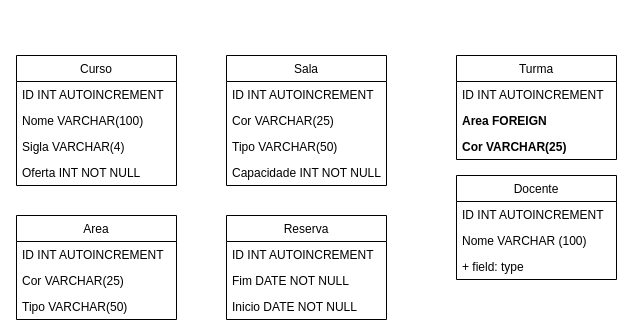
Above: docs/diagrama.drawio in Diogo-MD/projeto_Hackaton (draw.io), before the change. Source tidied: cells renumbered, new cells numbered last; positions are measured from the earlier drawing's top-left corner, leaving out a move shared by most shapes. Both pictures are drawn from the tidied source at 100%, with x=0, y=0 at pixel (16, 55).
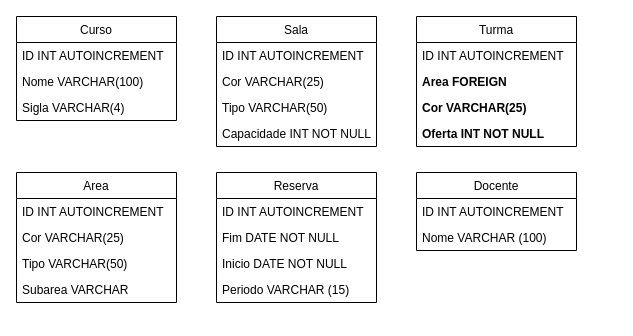
The same diagram, later.

What changed in the source:
```diff
@@
     <mxCell id="2" value="Curso" style="swimlane;fontStyle=0;horizontal=1;startSize=26;fillColor=none;" parent="1" vertex="1">
-      <mxGeometry width="160" height="130" as="geometry" />
+      <mxGeometry y="-39" width="160" height="104" as="geometry" />
     </mxCell>
@@
-    <mxCell id="6" value="Oferta INT NOT NULL" style="text;strokeColor=none;fillColor=none;align=left;verticalAlign=top;spacingLeft=4;spacingRight=4;overflow=hidden;" parent="2" vertex="1">
-      <mxGeometry y="104" width="160" height="26" as="geometry" />
-    </mxCell>
     <mxCell id="7" value="Sala" style="swimlane;fontStyle=0;horizontal=1;startSize=26;fillColor=none;" parent="1" vertex="1">
-      <mxGeometry x="210" width="160" height="130" as="geometry" />
+      <mxGeometry x="200" y="-39" width="160" height="130" as="geometry" />
     </mxCell>
@@
     <mxCell id="12" value="Docente" style="swimlane;fontStyle=0;horizontal=1;startSize=26;fillColor=none;" parent="1" vertex="1">
-      <mxGeometry x="440" y="120" width="160" height="104" as="geometry" />
+      <mxGeometry x="400" y="117" width="160" height="78" as="geometry" />
     </mxCell>
@@
-    <mxCell id="15" value="+ field: type" style="text;strokeColor=none;fillColor=none;align=left;verticalAlign=top;spacingLeft=4;spacingRight=4;overflow=hidden;" parent="12" vertex="1">
-      <mxGeometry y="78" width="160" height="26" as="geometry" />
-    </mxCell>
     <mxCell id="16" value="Turma" style="swimlane;fontStyle=0;horizontal=1;startSize=26;fillColor=none;" parent="1" vertex="1">
-      <mxGeometry x="440" width="160" height="104" as="geometry" />
+      <mxGeometry x="400" y="-39" width="160" height="130" as="geometry" />
     </mxCell>
@@
+    <mxCell id="6" value="Oferta INT NOT NULL" style="text;strokeColor=none;fillColor=none;align=left;verticalAlign=top;spacingLeft=4;spacingRight=4;overflow=hidden;fontStyle=1;" parent="16" vertex="1">
+      <mxGeometry y="104" width="160" height="26" as="geometry" />
+    </mxCell>
     <mxCell id="20" value="Reserva" style="swimlane;fontStyle=0;horizontal=1;startSize=26;fillColor=none;" parent="1" vertex="1">
-      <mxGeometry x="210" y="160" width="160" height="104" as="geometry" />
+      <mxGeometry x="200" y="117" width="160" height="130" as="geometry" />
     </mxCell>
@@
+    <mxCell id="28" value="Periodo VARCHAR (15)" style="text;strokeColor=none;fillColor=none;align=left;verticalAlign=top;spacingLeft=4;spacingRight=4;overflow=hidden;" parent="20" vertex="1">
+      <mxGeometry y="104" width="160" height="26" as="geometry" />
+    </mxCell>
     <mxCell id="24" value="Area" style="swimlane;fontStyle=0;horizontal=1;startSize=26;fillColor=none;" parent="1" vertex="1">
-      <mxGeometry y="160" width="160" height="104" as="geometry" />
+      <mxGeometry y="117" width="160" height="130" as="geometry" />
     </mxCell>
@@
+    <mxCell id="29" value="Subarea VARCHAR " style="text;strokeColor=none;fillColor=none;align=left;verticalAlign=top;spacingLeft=4;spacingRight=4;overflow=hidden;" parent="24" vertex="1">
+      <mxGeometry y="104" width="160" height="26" as="geometry" />
+    </mxCell>
```
